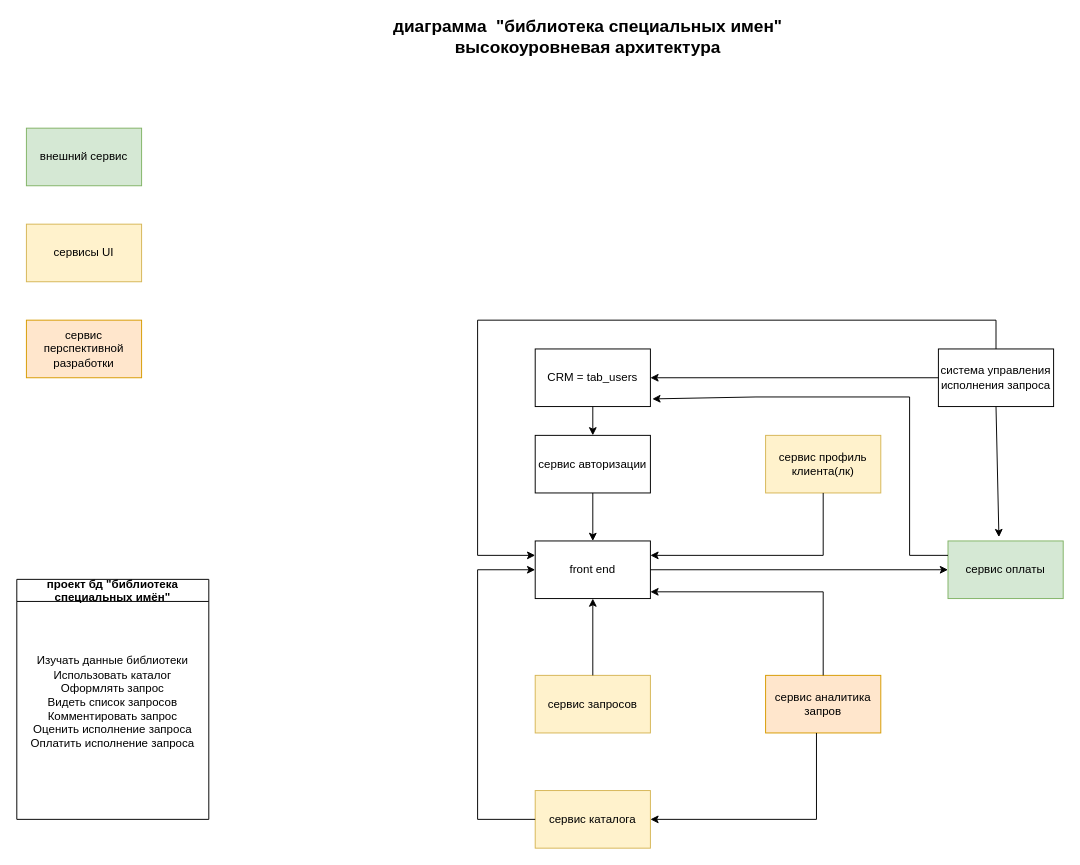
The draw.io diagram page "Страница 1" (1 of 2) of диаграмма специальных имен.drawio in emauter/GB_mysql, before the edit. Source tidied: cells renumbered, new cells numbered last; positions are measured from the earlier drawing's top-left corner, leaving out a move shared by most shapes. Both pictures are drawn from the tidied source at 96%, with x=0, y=0 at pixel (16, 22).
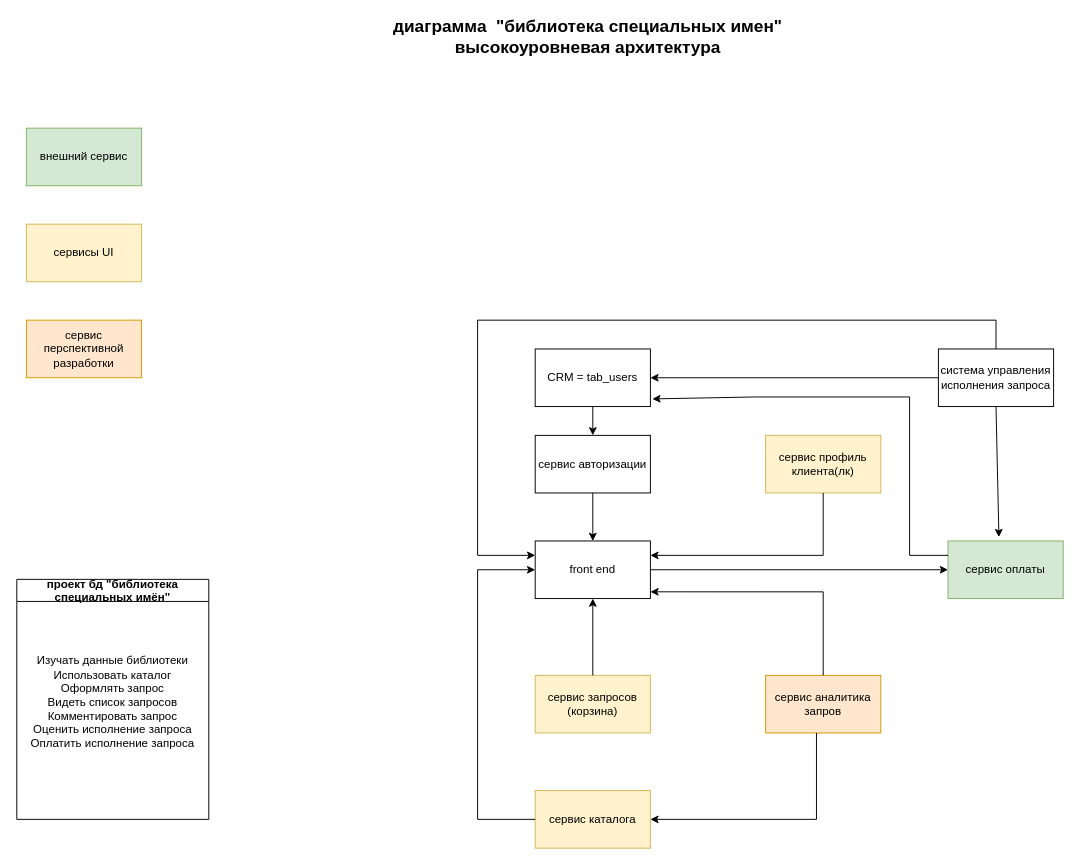
Above is the later version.

What changed in the source:
```diff
@@
-    <mxCell id="6" value="сервис запросов" style="rounded=0;whiteSpace=wrap;html=1;fillColor=#fff2cc;strokeColor=#d6b656;" parent="1" vertex="1">
+    <mxCell id="6" value="сервис запросов&lt;br&gt;(корзина)" style="rounded=0;whiteSpace=wrap;html=1;fillColor=#fff2cc;strokeColor=#d6b656;" parent="1" vertex="1">
       <mxGeometry x="540" y="680" width="120" height="60" as="geometry" />
     </mxCell>
```
